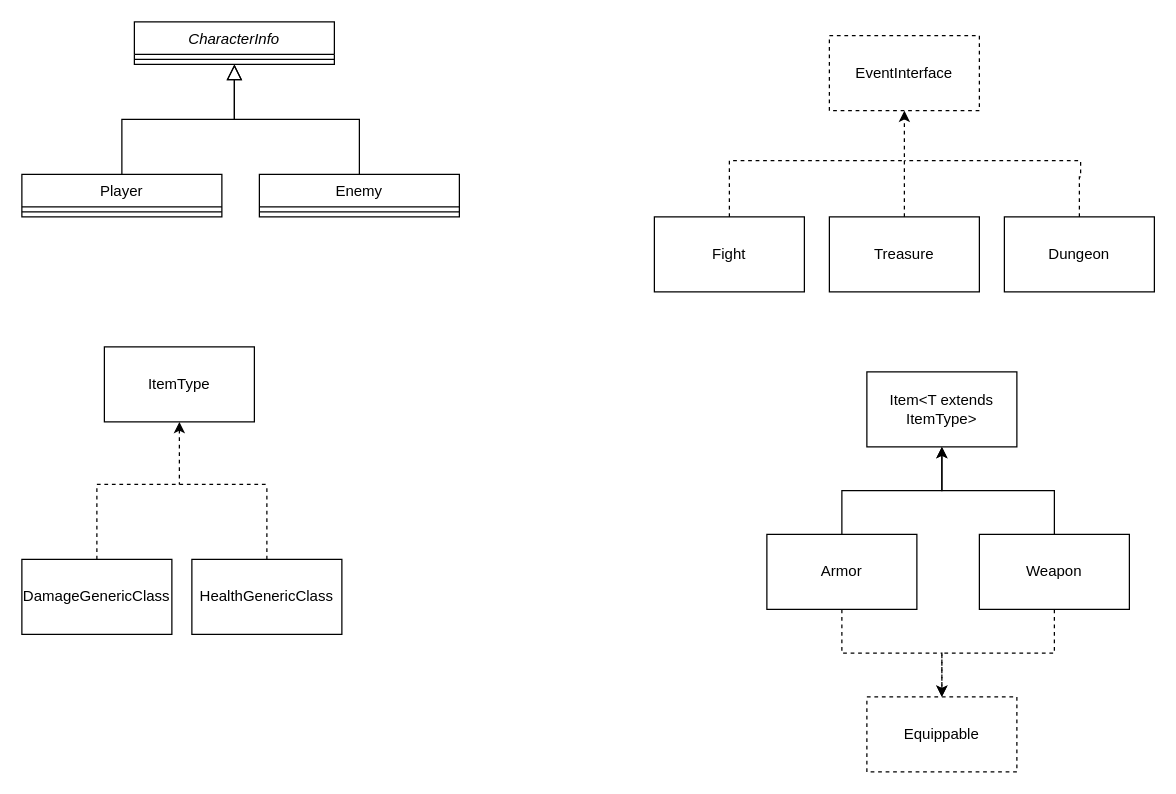
arsamezzati/GUI-OOP keeps this draw.io diagram as src/Untitled Diagram.drawio. Above is the earlier version. Source tidied: cells renumbered, new cells numbered last; positions are measured from the earlier drawing's top-left corner, leaving out a move shared by most shapes. Both pictures are drawn from the tidied source at 125%, with x=0, y=0 at pixel (21, 21).
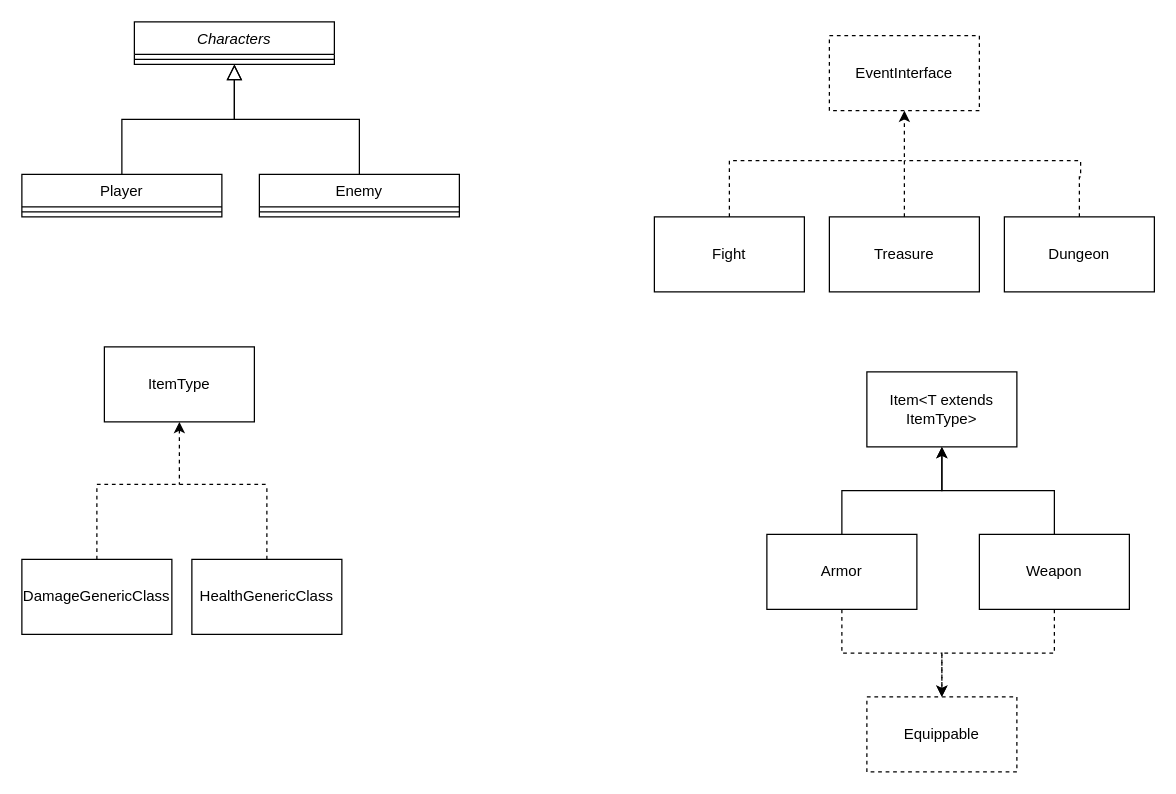
Above is the later version.

The edit, as a diff of the source:
```diff
@@
-    <mxCell id="2" value="CharacterInfo&#10;" style="swimlane;fontStyle=2;align=center;verticalAlign=top;horizontal=1;startSize=26;rounded=0;shadow=0;strokeWidth=1;" parent="1" vertex="1">
+    <mxCell id="2" value="Characters" style="swimlane;fontStyle=2;align=center;verticalAlign=top;horizontal=1;startSize=26;rounded=0;shadow=0;strokeWidth=1;" parent="1" vertex="1">
       <mxGeometry x="90" width="160" height="34" as="geometry" />
     </mxCell>
```
